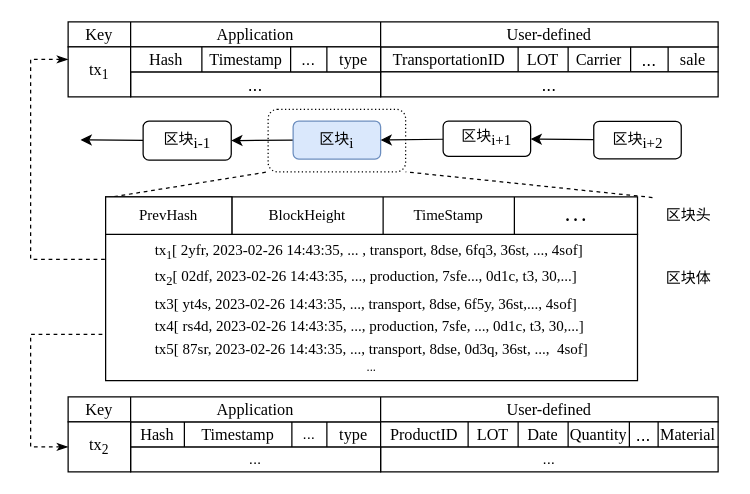
Above: page "3.2" (3 of 21) of 未命名绘图.drawio in jue73/7339 (draw.io), before the change. Source tidied: cells renumbered, new cells numbered last; positions are measured from the earlier drawing's top-left corner, leaving out a move shared by most shapes. Both pictures are drawn from the tidied source at 125%, with x=0, y=0 at pixel (30, 21).
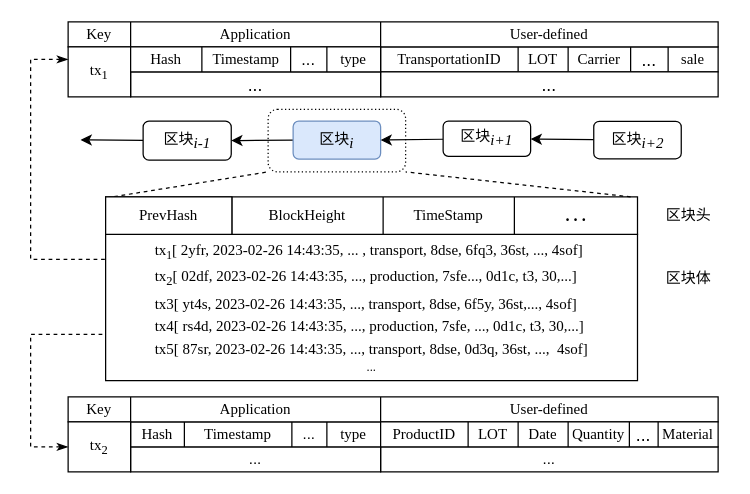
After the change.

Unchanged cells that the change refers to:
```xml
<mxCell id="6" style="shape=tableRow;horizontal=0;startSize=0;swimlaneHead=0;swimlaneBody=0;strokeColor=inherit;top=0;left=0;bottom=0;right=0;fillColor=none;" parent="5" vertex="1">
  <mxGeometry width="270" height="20" as="geometry" />
</mxCell>
<mxCell id="19" style="shape=tableRow;horizontal=0;startSize=0;swimlaneHead=0;swimlaneBody=0;strokeColor=inherit;top=0;left=0;bottom=0;right=0;fillColor=none;" parent="18" vertex="1">
  <mxGeometry width="200" height="20" as="geometry" />
</mxCell>
<mxCell id="25" style="shape=tableRow;horizontal=0;startSize=0;swimlaneHead=0;swimlaneBody=0;strokeColor=inherit;top=0;left=0;bottom=0;right=0;fillColor=none;points=[[0,0.5],[1,0.5]];portConstraint=eastwest;" parent="24" vertex="1">
  <mxGeometry width="520" height="20" as="geometry" />
</mxCell>
<mxCell id="31" style="shape=tableRow;horizontal=0;startSize=0;swimlaneHead=0;swimlaneBody=0;strokeColor=inherit;top=0;left=0;bottom=0;right=0;fillColor=none;points=[[0,0.5],[1,0.5]];portConstraint=eastwest;" parent="30" vertex="1">
  <mxGeometry width="50" height="40" as="geometry" />
</mxCell>
<mxCell id="40" style="shape=tableRow;horizontal=0;startSize=0;swimlaneHead=0;swimlaneBody=0;strokeColor=inherit;top=0;left=0;bottom=0;right=0;fillColor=none;points=[[0,0.5],[1,0.5]];portConstraint=eastwest;" parent="39" vertex="1">
  <mxGeometry width="520" height="20" as="geometry" />
</mxCell>
<mxCell id="46" style="shape=tableRow;horizontal=0;startSize=0;swimlaneHead=0;swimlaneBody=0;strokeColor=inherit;top=0;left=0;bottom=0;right=0;fillColor=none;points=[[0,0.5],[1,0.5]];portConstraint=eastwest;" parent="45" vertex="1">
  <mxGeometry width="50" height="40" as="geometry" />
</mxCell>
<mxCell id="58" style="shape=tableRow;horizontal=0;startSize=0;swimlaneHead=0;swimlaneBody=0;strokeColor=inherit;top=0;left=0;bottom=0;right=0;fillColor=none;" parent="57" vertex="1">
  <mxGeometry width="200" height="20" as="geometry" />
</mxCell>
<mxCell id="64" style="shape=tableRow;horizontal=0;startSize=0;swimlaneHead=0;swimlaneBody=0;strokeColor=inherit;top=0;left=0;bottom=0;right=0;fillColor=none;" parent="63" vertex="1">
  <mxGeometry width="270" height="20" as="geometry" />
</mxCell>
<mxCell id="73" style="rounded=1;whiteSpace=wrap;html=1;labelBorderColor=#FFFFFF;fontFamily=Times New Roman;fontSize=11;textOpacity=70;dashed=1;dashPattern=1 2;fillColor=none;" parent="1" vertex="1">
  <mxGeometry x="190" y="70" width="110" height="50" as="geometry" />
</mxCell>
```

Change to the diagram source:
```diff
@@
-    <mxCell id="7" value="&lt;span style=&quot;&quot; lang=&quot;EN-US&quot;&gt;&lt;font style=&quot;font-size: 13px;&quot; face=&quot;Times New Roman&quot;&gt;TransportationID&lt;/font&gt;&lt;/span&gt;" style="shape=partialRectangle;html=1;whiteSpace=wrap;strokeColor=inherit;overflow=hidden;fillColor=none;top=0;left=0;bottom=0;right=0;" parent="6" vertex="1">
+    <mxCell id="7" value="&lt;span style=&quot;&quot; lang=&quot;EN-US&quot;&gt;&lt;font style=&quot;font-size: 12px;&quot; face=&quot;Times New Roman&quot;&gt;TransportationID&lt;/font&gt;&lt;/span&gt;" style="shape=partialRectangle;html=1;whiteSpace=wrap;strokeColor=inherit;overflow=hidden;fillColor=none;top=0;left=0;bottom=0;right=0;" parent="6" vertex="1">
       <mxGeometry width="110" height="20" as="geometry" />
     </mxCell>
-    <mxCell id="8" value="&lt;span style=&quot;&quot; lang=&quot;EN-US&quot;&gt;&lt;font style=&quot;font-size: 13px;&quot; face=&quot;Times New Roman&quot;&gt;LOT&lt;/font&gt;&lt;/span&gt;" style="shape=partialRectangle;html=1;whiteSpace=wrap;strokeColor=inherit;overflow=hidden;fillColor=none;top=0;left=0;bottom=0;right=0;" parent="6" vertex="1">
+    <mxCell id="8" value="&lt;span style=&quot;&quot; lang=&quot;EN-US&quot;&gt;&lt;font style=&quot;font-size: 12px;&quot; face=&quot;Times New Roman&quot;&gt;LOT&lt;/font&gt;&lt;/span&gt;" style="shape=partialRectangle;html=1;whiteSpace=wrap;strokeColor=inherit;overflow=hidden;fillColor=none;top=0;left=0;bottom=0;right=0;" parent="6" vertex="1">
       <mxGeometry x="110" width="40" height="20" as="geometry" />
     </mxCell>
-    <mxCell id="9" value="&lt;span style=&quot;&quot; lang=&quot;EN-US&quot;&gt;&lt;font style=&quot;font-size: 13px;&quot; face=&quot;Times New Roman&quot;&gt;Carrier&lt;/font&gt;&lt;/span&gt;" style="shape=partialRectangle;html=1;whiteSpace=wrap;strokeColor=inherit;overflow=hidden;fillColor=none;top=0;left=0;bottom=0;right=0;" parent="6" vertex="1">
+    <mxCell id="9" value="&lt;span style=&quot;&quot; lang=&quot;EN-US&quot;&gt;&lt;font style=&quot;font-size: 12px;&quot; face=&quot;Times New Roman&quot;&gt;Carrier&lt;/font&gt;&lt;/span&gt;" style="shape=partialRectangle;html=1;whiteSpace=wrap;strokeColor=inherit;overflow=hidden;fillColor=none;top=0;left=0;bottom=0;right=0;" parent="6" vertex="1">
       <mxGeometry x="150" width="50" height="20" as="geometry" />
     </mxCell>
@@
-    <mxCell id="11" value="&lt;span style=&quot;&quot; lang=&quot;EN-US&quot;&gt;&lt;font style=&quot;font-size: 13px;&quot; face=&quot;Times New Roman&quot;&gt;sale&lt;/font&gt;&lt;/span&gt;" style="shape=partialRectangle;html=1;whiteSpace=wrap;strokeColor=inherit;overflow=hidden;fillColor=none;top=0;left=0;bottom=0;right=0;" parent="6" vertex="1">
+    <mxCell id="11" value="&lt;span style=&quot;&quot; lang=&quot;EN-US&quot;&gt;&lt;font style=&quot;font-size: 12px;&quot; face=&quot;Times New Roman&quot;&gt;sale&lt;/font&gt;&lt;/span&gt;" style="shape=partialRectangle;html=1;whiteSpace=wrap;strokeColor=inherit;overflow=hidden;fillColor=none;top=0;left=0;bottom=0;right=0;" parent="6" vertex="1">
       <mxGeometry x="230" width="40" height="20" as="geometry" />
     </mxCell>
@@
-    <mxCell id="20" value="&lt;div style=&quot;text-align: center;&quot;&gt;&lt;font style=&quot;font-size: 13px;&quot; face=&quot;Times New Roman&quot;&gt;Hash&lt;/font&gt;&lt;/div&gt;" style="shape=partialRectangle;html=1;whiteSpace=wrap;strokeColor=inherit;overflow=hidden;fillColor=none;top=0;left=0;bottom=0;right=0;" parent="19" vertex="1">
+    <mxCell id="20" value="&lt;div style=&quot;text-align: center;&quot;&gt;&lt;font style=&quot;font-size: 12px;&quot; face=&quot;Times New Roman&quot;&gt;Hash&lt;/font&gt;&lt;/div&gt;" style="shape=partialRectangle;html=1;whiteSpace=wrap;strokeColor=inherit;overflow=hidden;fillColor=none;top=0;left=0;bottom=0;right=0;" parent="19" vertex="1">
       <mxGeometry width="43" height="20" as="geometry" />
     </mxCell>
-    <mxCell id="21" value="&lt;font style=&quot;font-size: 13px;&quot; face=&quot;Times New Roman&quot;&gt;Timestamp&lt;/font&gt;" style="shape=partialRectangle;html=1;whiteSpace=wrap;strokeColor=inherit;overflow=hidden;fillColor=none;top=0;left=0;bottom=0;right=0;" parent="19" vertex="1">
+    <mxCell id="21" value="&lt;font style=&quot;font-size: 12px;&quot; face=&quot;Times New Roman&quot;&gt;Timestamp&lt;/font&gt;" style="shape=partialRectangle;html=1;whiteSpace=wrap;strokeColor=inherit;overflow=hidden;fillColor=none;top=0;left=0;bottom=0;right=0;" parent="19" vertex="1">
       <mxGeometry x="43" width="86" height="20" as="geometry" />
     </mxCell>
@@
-    <mxCell id="23" value="&lt;font style=&quot;font-size: 13px;&quot; face=&quot;Times New Roman&quot;&gt;type&lt;/font&gt;" style="shape=partialRectangle;html=1;whiteSpace=wrap;strokeColor=inherit;overflow=hidden;fillColor=none;top=0;left=0;bottom=0;right=0;" parent="19" vertex="1">
+    <mxCell id="23" value="&lt;font style=&quot;font-size: 12px;&quot; face=&quot;Times New Roman&quot;&gt;type&lt;/font&gt;" style="shape=partialRectangle;html=1;whiteSpace=wrap;strokeColor=inherit;overflow=hidden;fillColor=none;top=0;left=0;bottom=0;right=0;" parent="19" vertex="1">
       <mxGeometry x="157" width="43" height="20" as="geometry" />
     </mxCell>
@@
-    <mxCell id="26" value="&lt;font style=&quot;font-size: 13px;&quot; face=&quot;Times New Roman&quot;&gt;Key&lt;/font&gt;" style="shape=partialRectangle;html=1;whiteSpace=wrap;strokeColor=inherit;overflow=hidden;fillColor=none;top=0;left=0;bottom=0;right=0;" parent="25" vertex="1">
+    <mxCell id="26" value="&lt;font style=&quot;font-size: 12px;&quot; face=&quot;Times New Roman&quot;&gt;Key&lt;/font&gt;" style="shape=partialRectangle;html=1;whiteSpace=wrap;strokeColor=inherit;overflow=hidden;fillColor=none;top=0;left=0;bottom=0;right=0;" parent="25" vertex="1">
       <mxGeometry width="50" height="20" as="geometry" />
     </mxCell>
-    <mxCell id="27" value="&lt;span style=&quot;text-wrap: nowrap;&quot;&gt;&lt;font style=&quot;font-size: 13px;&quot; face=&quot;Times New Roman&quot;&gt;Application&lt;/font&gt;&lt;/span&gt;" style="shape=partialRectangle;html=1;whiteSpace=wrap;strokeColor=inherit;overflow=hidden;fillColor=none;top=0;left=0;bottom=0;right=0;" parent="25" vertex="1">
+    <mxCell id="27" value="&lt;span style=&quot;text-wrap: nowrap;&quot;&gt;&lt;font style=&quot;font-size: 12px;&quot; face=&quot;Times New Roman&quot;&gt;Application&lt;/font&gt;&lt;/span&gt;" style="shape=partialRectangle;html=1;whiteSpace=wrap;strokeColor=inherit;overflow=hidden;fillColor=none;top=0;left=0;bottom=0;right=0;" parent="25" vertex="1">
       <mxGeometry x="50" width="200" height="20" as="geometry" />
     </mxCell>
-    <mxCell id="28" value="&lt;span style=&quot;text-wrap: nowrap;&quot;&gt;&lt;font style=&quot;font-size: 13px;&quot; face=&quot;Times New Roman&quot;&gt;User-defined&lt;/font&gt;&lt;/span&gt;" style="shape=partialRectangle;html=1;whiteSpace=wrap;strokeColor=inherit;overflow=hidden;fillColor=none;top=0;left=0;bottom=0;right=0;" parent="25" vertex="1">
+    <mxCell id="28" value="&lt;span style=&quot;text-wrap: nowrap;&quot;&gt;&lt;font style=&quot;font-size: 12px;&quot; face=&quot;Times New Roman&quot;&gt;User-defined&lt;/font&gt;&lt;/span&gt;" style="shape=partialRectangle;html=1;whiteSpace=wrap;strokeColor=inherit;overflow=hidden;fillColor=none;top=0;left=0;bottom=0;right=0;" parent="25" vertex="1">
       <mxGeometry x="250" width="270" height="20" as="geometry" />
     </mxCell>
@@
-    <mxCell id="32" value="&lt;font style=&quot;font-size: 13px;&quot; face=&quot;Times New Roman&quot;&gt;tx&lt;sub style=&quot;&quot;&gt;2&lt;/sub&gt;&lt;/font&gt;" style="shape=partialRectangle;html=1;whiteSpace=wrap;strokeColor=inherit;overflow=hidden;fillColor=none;top=0;left=0;bottom=0;right=0;" parent="31" vertex="1">
+    <mxCell id="32" value="&lt;font style=&quot;font-size: 12px;&quot; face=&quot;Times New Roman&quot;&gt;tx&lt;sub style=&quot;&quot;&gt;2&lt;/sub&gt;&lt;/font&gt;" style="shape=partialRectangle;html=1;whiteSpace=wrap;strokeColor=inherit;overflow=hidden;fillColor=none;top=0;left=0;bottom=0;right=0;" parent="31" vertex="1">
       <mxGeometry width="50" height="40" as="geometry" />
     </mxCell>
@@
-    <mxCell id="41" value="&lt;font style=&quot;font-size: 13px;&quot; face=&quot;Times New Roman&quot;&gt;Key&lt;/font&gt;" style="shape=partialRectangle;html=1;whiteSpace=wrap;strokeColor=inherit;overflow=hidden;fillColor=none;top=0;left=0;bottom=0;right=0;" parent="40" vertex="1">
+    <mxCell id="41" value="&lt;font style=&quot;font-size: 12px;&quot; face=&quot;Times New Roman&quot;&gt;Key&lt;/font&gt;" style="shape=partialRectangle;html=1;whiteSpace=wrap;strokeColor=inherit;overflow=hidden;fillColor=none;top=0;left=0;bottom=0;right=0;" parent="40" vertex="1">
       <mxGeometry width="50" height="20" as="geometry" />
     </mxCell>
-    <mxCell id="42" value="&lt;span style=&quot;text-wrap: nowrap;&quot;&gt;&lt;font style=&quot;font-size: 13px;&quot; face=&quot;Times New Roman&quot;&gt;Application&lt;/font&gt;&lt;/span&gt;" style="shape=partialRectangle;html=1;whiteSpace=wrap;strokeColor=inherit;overflow=hidden;fillColor=none;top=0;left=0;bottom=0;right=0;" parent="40" vertex="1">
+    <mxCell id="42" value="&lt;span style=&quot;text-wrap: nowrap;&quot;&gt;&lt;font style=&quot;font-size: 12px;&quot; face=&quot;Times New Roman&quot;&gt;Application&lt;/font&gt;&lt;/span&gt;" style="shape=partialRectangle;html=1;whiteSpace=wrap;strokeColor=inherit;overflow=hidden;fillColor=none;top=0;left=0;bottom=0;right=0;" parent="40" vertex="1">
       <mxGeometry x="50" width="200" height="20" as="geometry" />
     </mxCell>
-    <mxCell id="43" value="&lt;span style=&quot;text-wrap: nowrap;&quot;&gt;&lt;font style=&quot;font-size: 13px;&quot; face=&quot;Times New Roman&quot;&gt;User-defined&lt;/font&gt;&lt;/span&gt;" style="shape=partialRectangle;html=1;whiteSpace=wrap;strokeColor=inherit;overflow=hidden;fillColor=none;top=0;left=0;bottom=0;right=0;" parent="40" vertex="1">
+    <mxCell id="43" value="&lt;span style=&quot;text-wrap: nowrap;&quot;&gt;&lt;font style=&quot;font-size: 12px;&quot; face=&quot;Times New Roman&quot;&gt;User-defined&lt;/font&gt;&lt;/span&gt;" style="shape=partialRectangle;html=1;whiteSpace=wrap;strokeColor=inherit;overflow=hidden;fillColor=none;top=0;left=0;bottom=0;right=0;" parent="40" vertex="1">
       <mxGeometry x="250" width="270" height="20" as="geometry" />
     </mxCell>
@@
-    <mxCell id="47" value="&lt;font style=&quot;font-size: 13px;&quot; face=&quot;Times New Roman&quot;&gt;tx&lt;sub style=&quot;&quot;&gt;1&lt;/sub&gt;&lt;/font&gt;" style="shape=partialRectangle;html=1;whiteSpace=wrap;strokeColor=inherit;overflow=hidden;fillColor=none;top=0;left=0;bottom=0;right=0;" parent="46" vertex="1">
+    <mxCell id="47" value="&lt;font style=&quot;font-size: 12px;&quot; face=&quot;Times New Roman&quot;&gt;tx&lt;sub style=&quot;&quot;&gt;1&lt;/sub&gt;&lt;/font&gt;" style="shape=partialRectangle;html=1;whiteSpace=wrap;strokeColor=inherit;overflow=hidden;fillColor=none;top=0;left=0;bottom=0;right=0;" parent="46" vertex="1">
       <mxGeometry width="50" height="40" as="geometry" />
     </mxCell>
@@
-    <mxCell id="55" style="endArrow=none;dashed=1;html=1;rounded=0;strokeColor=#000000;fontFamily=Times New Roman;fontSize=13;fontColor=#000000;exitX=0.033;exitY=0.017;exitDx=0;exitDy=0;exitPerimeter=0;entryX=1;entryY=1;entryDx=0;entryDy=0;" parent="1" edge="1" source="71" target="73">
-      <mxGeometry relative="1" as="geometry" />
+    <mxCell id="55" style="endArrow=none;dashed=1;html=1;rounded=0;strokeColor=#000000;fontFamily=Times New Roman;fontSize=13;fontColor=#000000;entryX=1;entryY=1;entryDx=0;entryDy=0;" parent="1" edge="1" target="73">
+      <mxGeometry relative="1" as="geometry">
+        <mxPoint x="480" y="140" as="sourcePoint" />
+      </mxGeometry>
     </mxCell>
@@
-    <mxCell id="59" value="&lt;div style=&quot;text-align: center;&quot;&gt;&lt;font style=&quot;font-size: 13px;&quot; face=&quot;Times New Roman&quot;&gt;Hash&lt;/font&gt;&lt;/div&gt;" style="shape=partialRectangle;html=1;whiteSpace=wrap;strokeColor=inherit;overflow=hidden;fillColor=none;top=0;left=0;bottom=0;right=0;" parent="58" vertex="1">
+    <mxCell id="59" value="&lt;div style=&quot;text-align: center;&quot;&gt;&lt;font style=&quot;font-size: 12px;&quot; face=&quot;Times New Roman&quot;&gt;Hash&lt;/font&gt;&lt;/div&gt;" style="shape=partialRectangle;html=1;whiteSpace=wrap;strokeColor=inherit;overflow=hidden;fillColor=none;top=0;left=0;bottom=0;right=0;" parent="58" vertex="1">
       <mxGeometry width="57" height="20" as="geometry" />
     </mxCell>
-    <mxCell id="60" value="&lt;font style=&quot;font-size: 13px;&quot; face=&quot;Times New Roman&quot;&gt;Timestamp&lt;/font&gt;" style="shape=partialRectangle;html=1;whiteSpace=wrap;strokeColor=inherit;overflow=hidden;fillColor=none;top=0;left=0;bottom=0;right=0;" parent="58" vertex="1">
+    <mxCell id="60" value="&lt;font style=&quot;font-size: 12px;&quot; face=&quot;Times New Roman&quot;&gt;Timestamp&lt;/font&gt;" style="shape=partialRectangle;html=1;whiteSpace=wrap;strokeColor=inherit;overflow=hidden;fillColor=none;top=0;left=0;bottom=0;right=0;" parent="58" vertex="1">
       <mxGeometry x="57" width="71" height="20" as="geometry" />
     </mxCell>
@@
-    <mxCell id="62" value="&lt;font style=&quot;font-size: 13px;&quot; face=&quot;Times New Roman&quot;&gt;type&lt;/font&gt;" style="shape=partialRectangle;html=1;whiteSpace=wrap;strokeColor=inherit;overflow=hidden;fillColor=none;top=0;left=0;bottom=0;right=0;" parent="58" vertex="1">
+    <mxCell id="62" value="&lt;font style=&quot;font-size: 12px;&quot; face=&quot;Times New Roman&quot;&gt;type&lt;/font&gt;" style="shape=partialRectangle;html=1;whiteSpace=wrap;strokeColor=inherit;overflow=hidden;fillColor=none;top=0;left=0;bottom=0;right=0;" parent="58" vertex="1">
       <mxGeometry x="157" width="43" height="20" as="geometry" />
     </mxCell>
@@
-    <mxCell id="65" value="&lt;span style=&quot;&quot; lang=&quot;EN-US&quot;&gt;&lt;font face=&quot;Times New Roman&quot; style=&quot;font-size: 13px;&quot;&gt;ProductID&lt;/font&gt;&lt;/span&gt;" style="shape=partialRectangle;html=1;whiteSpace=wrap;strokeColor=inherit;overflow=hidden;fillColor=none;top=0;left=0;bottom=0;right=0;" parent="64" vertex="1">
+    <mxCell id="65" value="&lt;span style=&quot;&quot; lang=&quot;EN-US&quot;&gt;&lt;font face=&quot;Times New Roman&quot; style=&quot;font-size: 12px;&quot;&gt;ProductID&lt;/font&gt;&lt;/span&gt;" style="shape=partialRectangle;html=1;whiteSpace=wrap;strokeColor=inherit;overflow=hidden;fillColor=none;top=0;left=0;bottom=0;right=0;" parent="64" vertex="1">
       <mxGeometry width="70" height="20" as="geometry" />
     </mxCell>
-    <mxCell id="66" value="&lt;span style=&quot;&quot; lang=&quot;EN-US&quot;&gt;&lt;font face=&quot;Times New Roman&quot; style=&quot;font-size: 13px;&quot;&gt;LOT&lt;/font&gt;&lt;/span&gt;" style="shape=partialRectangle;html=1;whiteSpace=wrap;strokeColor=inherit;overflow=hidden;fillColor=none;top=0;left=0;bottom=0;right=0;" parent="64" vertex="1">
+    <mxCell id="66" value="&lt;span style=&quot;&quot; lang=&quot;EN-US&quot;&gt;&lt;font face=&quot;Times New Roman&quot; style=&quot;font-size: 12px;&quot;&gt;LOT&lt;/font&gt;&lt;/span&gt;" style="shape=partialRectangle;html=1;whiteSpace=wrap;strokeColor=inherit;overflow=hidden;fillColor=none;top=0;left=0;bottom=0;right=0;" parent="64" vertex="1">
       <mxGeometry x="70" width="40" height="20" as="geometry" />
     </mxCell>
-    <mxCell id="67" value="&lt;span style=&quot;&quot; lang=&quot;EN-US&quot;&gt;&lt;font face=&quot;Times New Roman&quot; style=&quot;font-size: 13px;&quot;&gt;Date&lt;/font&gt;&lt;/span&gt;" style="shape=partialRectangle;html=1;whiteSpace=wrap;strokeColor=inherit;overflow=hidden;fillColor=none;top=0;left=0;bottom=0;right=0;" parent="64" vertex="1">
+    <mxCell id="67" value="&lt;span style=&quot;&quot; lang=&quot;EN-US&quot;&gt;&lt;font face=&quot;Times New Roman&quot; style=&quot;font-size: 12px;&quot;&gt;Date&lt;/font&gt;&lt;/span&gt;" style="shape=partialRectangle;html=1;whiteSpace=wrap;strokeColor=inherit;overflow=hidden;fillColor=none;top=0;left=0;bottom=0;right=0;" parent="64" vertex="1">
       <mxGeometry x="110" width="40" height="20" as="geometry" />
     </mxCell>
-    <mxCell id="68" value="&lt;span style=&quot;&quot; lang=&quot;EN-US&quot;&gt;&lt;font face=&quot;Times New Roman&quot; style=&quot;font-size: 13px;&quot;&gt;Quantity&lt;/font&gt;&lt;/span&gt;" style="shape=partialRectangle;html=1;whiteSpace=wrap;strokeColor=inherit;overflow=hidden;fillColor=none;top=0;left=0;bottom=0;right=0;" parent="64" vertex="1">
+    <mxCell id="68" value="&lt;span style=&quot;&quot; lang=&quot;EN-US&quot;&gt;&lt;font face=&quot;Times New Roman&quot; style=&quot;font-size: 12px;&quot;&gt;Quantity&lt;/font&gt;&lt;/span&gt;" style="shape=partialRectangle;html=1;whiteSpace=wrap;strokeColor=inherit;overflow=hidden;fillColor=none;top=0;left=0;bottom=0;right=0;" parent="64" vertex="1">
       <mxGeometry x="150" width="49" height="20" as="geometry" />
     </mxCell>
@@
-    <mxCell id="70" value="&lt;span style=&quot;&quot; lang=&quot;EN-US&quot;&gt;&lt;font face=&quot;Times New Roman&quot; style=&quot;font-size: 13px;&quot;&gt;Material&lt;/font&gt;&lt;/span&gt;" style="shape=partialRectangle;html=1;whiteSpace=wrap;strokeColor=inherit;overflow=hidden;fillColor=none;top=0;left=0;bottom=0;right=0;" parent="64" vertex="1">
+    <mxCell id="70" value="&lt;span style=&quot;&quot; lang=&quot;EN-US&quot;&gt;&lt;font face=&quot;Times New Roman&quot; style=&quot;font-size: 12px;&quot;&gt;Material&lt;/font&gt;&lt;/span&gt;" style="shape=partialRectangle;html=1;whiteSpace=wrap;strokeColor=inherit;overflow=hidden;fillColor=none;top=0;left=0;bottom=0;right=0;" parent="64" vertex="1">
       <mxGeometry x="222" width="48" height="20" as="geometry" />
     </mxCell>
-    <mxCell id="71" value="区块头" style="text;html=1;align=center;verticalAlign=middle;points=[];strokeColor=none;fillColor=none;" parent="1" vertex="1">
+    <mxCell id="71" value="&lt;font face=&quot;宋体&quot;&gt;区块头&lt;/font&gt;" style="text;html=1;align=center;verticalAlign=middle;points=[];strokeColor=none;fillColor=none;" parent="1" vertex="1">
       <mxGeometry x="495.5" y="140" width="60" height="30" as="geometry" />
     </mxCell>
-    <mxCell id="72" value="区块体" style="text;html=1;align=center;verticalAlign=middle;strokeColor=none;fillColor=none;" parent="1" vertex="1">
+    <mxCell id="72" value="&lt;font face=&quot;宋体&quot;&gt;区块体&lt;/font&gt;" style="text;html=1;align=center;verticalAlign=middle;strokeColor=none;fillColor=none;" parent="1" vertex="1">
       <mxGeometry x="495.5" y="190" width="60" height="30" as="geometry" />
     </mxCell>
@@
-    <mxCell id="75" value="&lt;font style=&quot;font-size: 12px;&quot;&gt;区块&lt;sub style=&quot;font-size: 12px;&quot;&gt;i-1&lt;/sub&gt;&lt;/font&gt;" style="rounded=1;whiteSpace=wrap;html=1;fontFamily=Times New Roman;fontSize=12;" parent="1" vertex="1">
+    <mxCell id="75" value="&lt;font style=&quot;font-size: 12px;&quot;&gt;&lt;font face=&quot;宋体&quot;&gt;区块&lt;/font&gt;&lt;sub style=&quot;font-size: 12px;&quot;&gt;&lt;i&gt;i-1&lt;/i&gt;&lt;/sub&gt;&lt;/font&gt;" style="rounded=1;whiteSpace=wrap;html=1;fontFamily=Times New Roman;fontSize=12;" parent="1" vertex="1">
       <mxGeometry x="90" y="79.4" width="70.5" height="31.2" as="geometry" />
     </mxCell>
@@
-    <mxCell id="77" value="&lt;font style=&quot;font-size: 12px;&quot;&gt;区块&lt;sub style=&quot;font-size: 12px;&quot;&gt;i&lt;/sub&gt;&lt;/font&gt;" style="rounded=1;whiteSpace=wrap;html=1;fontFamily=Times New Roman;fontSize=12;fillColor=#dae8fc;strokeColor=#6c8ebf;" parent="1" vertex="1">
+    <mxCell id="77" value="&lt;font style=&quot;font-size: 12px;&quot;&gt;&lt;font face=&quot;宋体&quot;&gt;区块&lt;/font&gt;&lt;sub style=&quot;font-size: 12px;&quot;&gt;&lt;i&gt;i&lt;/i&gt;&lt;/sub&gt;&lt;/font&gt;" style="rounded=1;whiteSpace=wrap;html=1;fontFamily=Times New Roman;fontSize=12;fillColor=#dae8fc;strokeColor=#6c8ebf;" parent="1" vertex="1">
       <mxGeometry x="210" y="79.4" width="70" height="30.3" as="geometry" />
     </mxCell>
@@
-    <mxCell id="79" value="&lt;font style=&quot;font-size: 12px;&quot;&gt;区块&lt;sub style=&quot;font-size: 12px;&quot;&gt;i+1&lt;/sub&gt;&lt;/font&gt;" style="rounded=1;whiteSpace=wrap;html=1;fontFamily=Times New Roman;fontSize=12;" parent="1" vertex="1">
+    <mxCell id="79" value="&lt;font style=&quot;font-size: 12px;&quot;&gt;&lt;font face=&quot;宋体&quot;&gt;区块&lt;/font&gt;&lt;sub style=&quot;font-size: 12px;&quot;&gt;&lt;i&gt;i+1&lt;/i&gt;&lt;/sub&gt;&lt;/font&gt;" style="rounded=1;whiteSpace=wrap;html=1;fontFamily=Times New Roman;fontSize=12;" parent="1" vertex="1">
       <mxGeometry x="330" y="79.4" width="70" height="28.1" as="geometry" />
     </mxCell>
@@
-    <mxCell id="81" value="&lt;font style=&quot;font-size: 12px;&quot;&gt;区块&lt;sub style=&quot;font-size: 12px;&quot;&gt;i+2&lt;/sub&gt;&lt;/font&gt;" style="rounded=1;whiteSpace=wrap;html=1;fontFamily=Times New Roman;fontSize=12;" parent="1" vertex="1">
+    <mxCell id="81" value="&lt;font style=&quot;font-size: 12px;&quot;&gt;&lt;font face=&quot;宋体&quot;&gt;区块&lt;/font&gt;&lt;sub style=&quot;font-size: 12px;&quot;&gt;&lt;i&gt;i+2&lt;/i&gt;&lt;/sub&gt;&lt;/font&gt;" style="rounded=1;whiteSpace=wrap;html=1;fontFamily=Times New Roman;fontSize=12;" parent="1" vertex="1">
       <mxGeometry x="450.5" y="79.5" width="70" height="30" as="geometry" />
     </mxCell>
```
